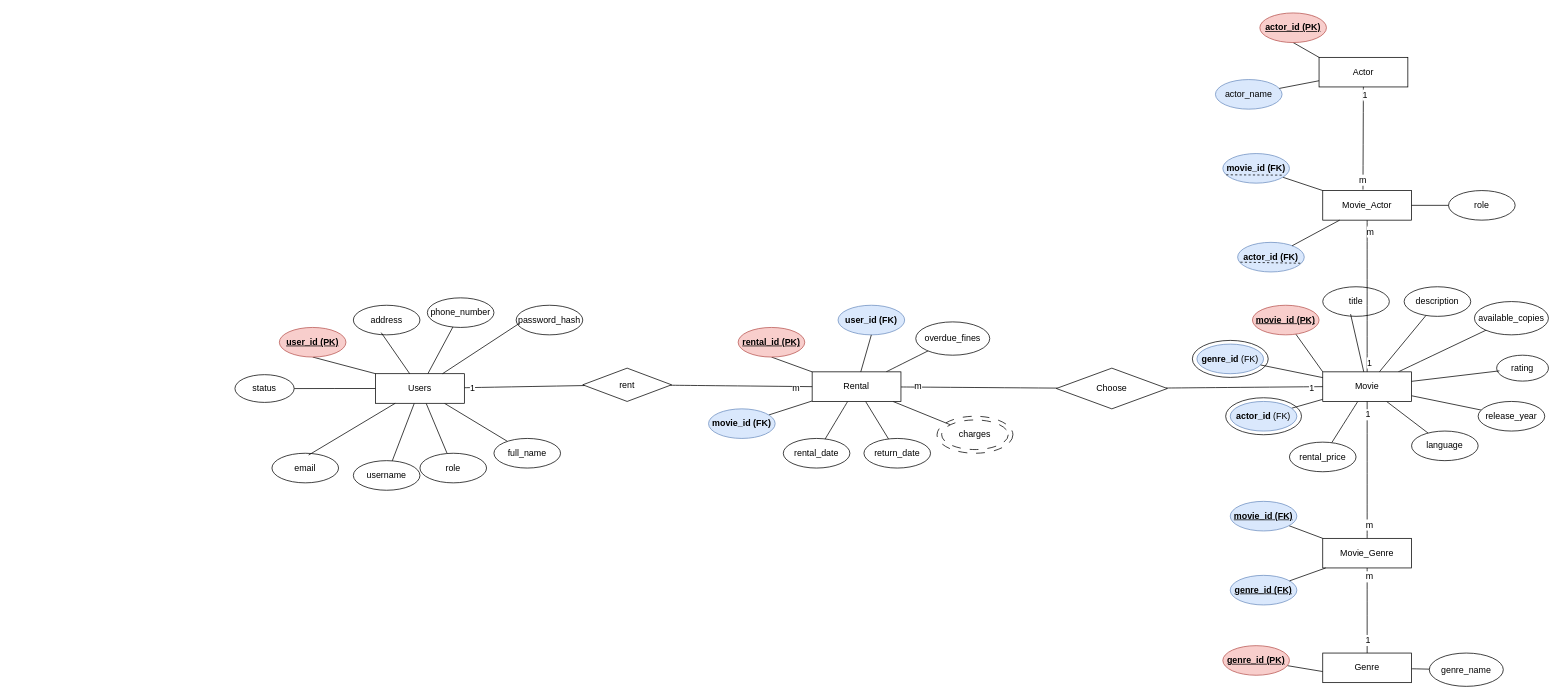
Earlier version of the draw.io diagram ERD_MovieRentalSystem.drawio (TAK1ST/Rentail-Movie). Source tidied: cells renumbered, new cells numbered last; positions are measured from the earlier drawing's top-left corner, leaving out a move shared by most shapes. Both pictures are drawn from the tidied source at 74%, with x=0, y=0 at pixel (235, 13).
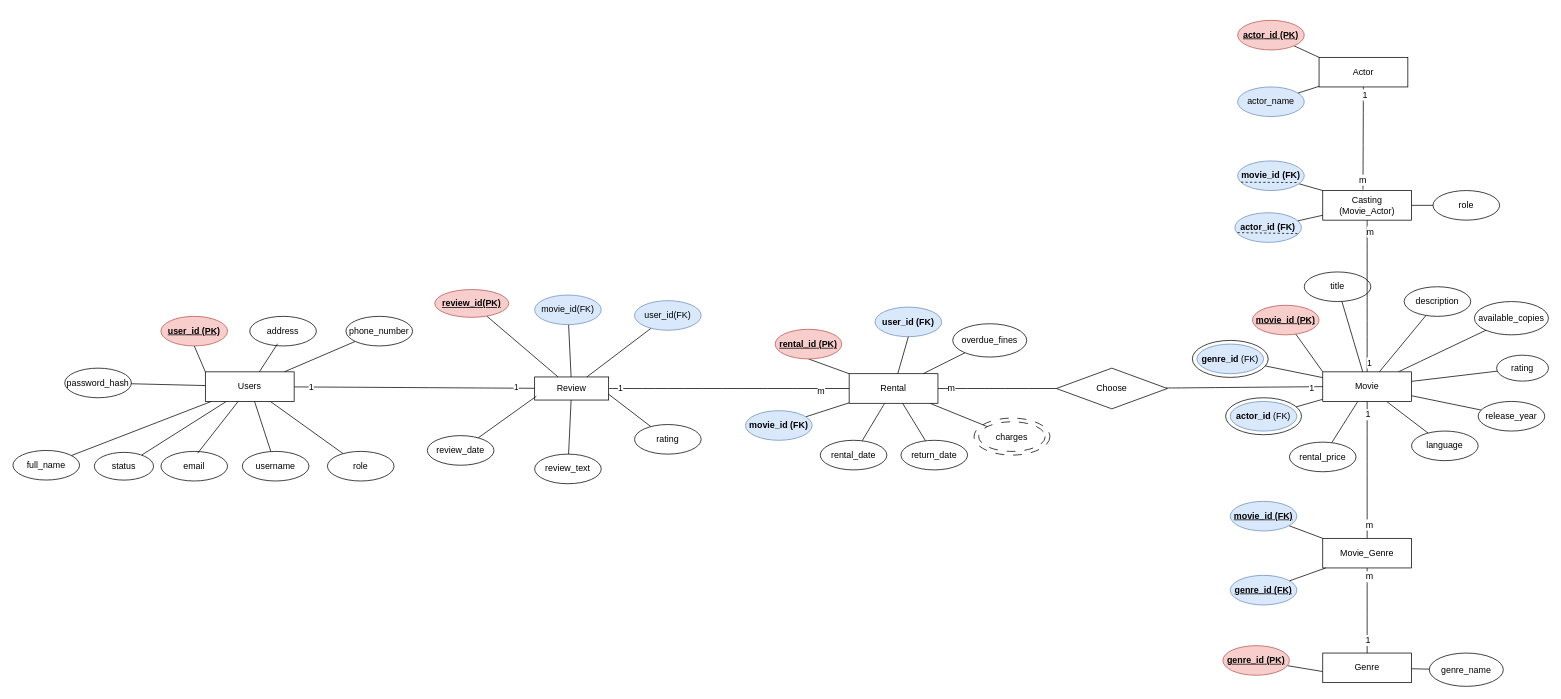
The same page after the edit.

Unchanged cells that the change refers to:
```xml
<mxCell id="29" value="Movie" style="whiteSpace=wrap;html=1;strokeColor=default;" parent="1" vertex="1">
  <mxGeometry x="1470" y="485" width="120" height="40" as="geometry" />
</mxCell>
<mxCell id="33" value="&lt;strong&gt;genre_id&lt;/strong&gt; (FK)" style="ellipse;whiteSpace=wrap;html=1;fillColor=#dae8fc;strokeColor=#6c8ebf;" parent="1" vertex="1">
  <mxGeometry x="1300" y="447.5" width="90" height="40" as="geometry" />
</mxCell>
<mxCell id="34" value="rating" style="ellipse;whiteSpace=wrap;html=1;" parent="1" vertex="1">
  <mxGeometry x="1705" y="462.5" width="70" height="35" as="geometry" />
</mxCell>
<mxCell id="35" value="&lt;strong&gt;actor_id&lt;/strong&gt; (FK)" style="ellipse;whiteSpace=wrap;html=1;fillColor=#dae8fc;strokeColor=#6c8ebf;" parent="1" vertex="1">
  <mxGeometry x="1345" y="525" width="90" height="40" as="geometry" />
</mxCell>
<mxCell id="60" value="Actor" style="whiteSpace=wrap;html=1;strokeColor=default;" parent="1" vertex="1">
  <mxGeometry x="1465" y="60" width="120" height="40" as="geometry" />
</mxCell>
<mxCell id="102" style="ellipse;whiteSpace=wrap;html=1;gradientColor=none;fillStyle=dashed;fillColor=none;" parent="1" vertex="1">
  <mxGeometry x="1293.8" y="442.5" width="102.5" height="50" as="geometry" />
</mxCell>
<mxCell id="103" style="ellipse;whiteSpace=wrap;html=1;gradientColor=none;fillStyle=dashed;fillColor=none;" parent="1" vertex="1">
  <mxGeometry x="1338.8" y="520" width="102.5" height="50" as="geometry" />
</mxCell>
```

What changed in the source:
```diff
@@
-    <mxCell id="2" style="edgeStyle=none;curved=0;rounded=0;jettySize=auto;html=1;exitX=0;exitY=0;exitDx=0;exitDy=0;entryX=0.5;entryY=1;entryDx=0;entryDy=0;fontSize=12;startSize=8;endSize=8;strokeColor=default;endArrow=none;endFill=0;startArrow=none;startFill=0;strokeWidth=1;" parent="1" edge="1" source="10" target="17">
+    <mxCell id="2" style="rounded=0;jettySize=auto;html=1;exitX=0;exitY=0;exitDx=0;exitDy=0;entryX=0.5;entryY=1;entryDx=0;entryDy=0;fontSize=12;startSize=8;endSize=8;strokeColor=default;endArrow=none;endFill=0;startArrow=none;startFill=0;strokeWidth=1;" parent="1" edge="1" source="10" target="17">
       <mxGeometry relative="1" as="geometry" />
     </mxCell>
-    <mxCell id="3" style="edgeStyle=none;curved=0;rounded=0;jettySize=auto;html=1;fontSize=12;startSize=8;endSize=8;strokeColor=default;endArrow=none;endFill=0;startArrow=none;startFill=0;strokeWidth=1;" parent="1" edge="1" source="10" target="12">
+    <mxCell id="3" style="rounded=0;jettySize=auto;html=1;fontSize=12;startSize=8;endSize=8;strokeColor=default;endArrow=none;endFill=0;startArrow=none;startFill=0;strokeWidth=1;" parent="1" edge="1" source="10" target="12">
       <mxGeometry relative="1" as="geometry" />
     </mxCell>
-    <mxCell id="4" style="edgeStyle=none;curved=0;rounded=0;jettySize=auto;html=1;fontSize=12;startSize=8;endSize=8;strokeColor=default;endArrow=none;endFill=0;startArrow=none;startFill=0;strokeWidth=1;" parent="1" edge="1" source="10" target="13">
+    <mxCell id="4" style="rounded=0;jettySize=auto;html=1;fontSize=12;startSize=8;endSize=8;strokeColor=default;endArrow=none;endFill=0;startArrow=none;startFill=0;strokeWidth=1;" parent="1" edge="1" source="10" target="13">
       <mxGeometry relative="1" as="geometry" />
     </mxCell>
-    <mxCell id="5" style="edgeStyle=none;curved=0;rounded=0;jettySize=auto;html=1;fontSize=12;startSize=8;endSize=8;strokeColor=default;endArrow=none;endFill=0;startArrow=none;startFill=0;strokeWidth=1;" parent="1" edge="1" source="10" target="18">
+    <mxCell id="5" style="rounded=0;jettySize=auto;html=1;fontSize=12;startSize=8;endSize=8;strokeColor=default;endArrow=none;endFill=0;startArrow=none;startFill=0;strokeWidth=1;" parent="1" edge="1" source="10" target="18">
       <mxGeometry relative="1" as="geometry" />
     </mxCell>
-    <mxCell id="6" style="edgeStyle=none;curved=0;rounded=0;jettySize=auto;html=1;fontSize=12;startSize=8;endSize=8;strokeColor=default;endArrow=none;endFill=0;startArrow=none;startFill=0;strokeWidth=1;" parent="1" edge="1" source="10" target="16">
+    <mxCell id="6" style="rounded=0;jettySize=auto;html=1;fontSize=12;startSize=8;endSize=8;strokeColor=default;endArrow=none;endFill=0;startArrow=none;startFill=0;strokeWidth=1;" parent="1" edge="1" source="10" target="16">
       <mxGeometry relative="1" as="geometry" />
     </mxCell>
-    <mxCell id="7" style="edgeStyle=none;curved=1;rounded=0;jettySize=auto;html=1;fontSize=12;startSize=8;endSize=8;endArrow=none;endFill=0;startArrow=none;startFill=0;" parent="1" edge="1" source="10" target="93">
+    <mxCell id="7" style="edgeStyle=none;curved=1;rounded=0;jettySize=auto;html=1;fontSize=12;startSize=8;endSize=8;endArrow=none;endFill=0;startArrow=none;startFill=0;" parent="1" edge="1" source="10" target="109">
       <mxGeometry relative="1" as="geometry" />
     </mxCell>
@@
+    <mxCell id="106" value="1" style="edgeLabel;html=1;align=center;verticalAlign=middle;" parent="7" vertex="1">
+      <mxGeometry x="0.84" y="2" relative="1" as="geometry" />
+    </mxCell>
-    <mxCell id="9" style="edgeStyle=orthogonalEdgeStyle;rounded=0;jettySize=auto;html=1;endArrow=none;endFill=0;" parent="1" edge="1" source="10" target="105">
+    <mxCell id="9" style="rounded=0;jettySize=auto;html=1;endArrow=none;endFill=0;" parent="1" edge="1" source="10" target="105">
       <mxGeometry relative="1" as="geometry" />
     </mxCell>
     <mxCell id="10" value="Users" style="whiteSpace=wrap;html=1;strokeColor=default;" parent="1" vertex="1">
-      <mxGeometry x="190" y="487.5" width="120" height="40" as="geometry" />
+      <mxGeometry x="-40" y="485" width="120" height="40" as="geometry" />
     </mxCell>
     <mxCell id="11" value="address" style="ellipse;whiteSpace=wrap;html=1;" parent="1" vertex="1">
-      <mxGeometry x="160" y="395" width="90" height="40" as="geometry" />
+      <mxGeometry x="20" y="410" width="90" height="40" as="geometry" />
     </mxCell>
     <mxCell id="12" value="full_name" style="ellipse;whiteSpace=wrap;html=1;" parent="1" vertex="1">
-      <mxGeometry x="350" y="575" width="90" height="40" as="geometry" />
+      <mxGeometry x="-300" y="591.2" width="90" height="40" as="geometry" />
     </mxCell>
     <mxCell id="13" value="role" style="ellipse;whiteSpace=wrap;html=1;" parent="1" vertex="1">
-      <mxGeometry x="250" y="595" width="90" height="40" as="geometry" />
+      <mxGeometry x="125" y="592.5" width="90" height="40" as="geometry" />
     </mxCell>
     <mxCell id="14" value="email" style="ellipse;whiteSpace=wrap;html=1;" parent="1" vertex="1">
-      <mxGeometry x="50" y="595" width="90" height="40" as="geometry" />
+      <mxGeometry x="-100" y="592.5" width="90" height="40" as="geometry" />
     </mxCell>
     <mxCell id="15" value="password_hash" style="ellipse;whiteSpace=wrap;html=1;" parent="1" vertex="1">
-      <mxGeometry x="380" y="395" width="90" height="40" as="geometry" />
+      <mxGeometry x="-230" y="480" width="90" height="40" as="geometry" />
     </mxCell>
     <mxCell id="16" value="username" style="ellipse;whiteSpace=wrap;html=1;" parent="1" vertex="1">
-      <mxGeometry x="160" y="605" width="90" height="40" as="geometry" />
+      <mxGeometry x="10" y="592.5" width="90" height="40" as="geometry" />
     </mxCell>
     <mxCell id="17" value="&lt;strong&gt;user_id&lt;/strong&gt; (PK)" style="ellipse;whiteSpace=wrap;html=1;fillColor=#f8cecc;strokeColor=#b85450;fontStyle=5;" parent="1" vertex="1">
-      <mxGeometry x="60" y="425" width="90" height="40" as="geometry" />
+      <mxGeometry x="-100" y="410" width="90" height="40" as="geometry" />
     </mxCell>
     <mxCell id="18" value="phone_number" style="ellipse;whiteSpace=wrap;html=1;" parent="1" vertex="1">
-      <mxGeometry x="260" y="385" width="90" height="40" as="geometry" />
+      <mxGeometry x="150" y="410" width="90" height="40" as="geometry" />
     </mxCell>
-    <mxCell id="19" style="edgeStyle=none;curved=0;rounded=0;jettySize=auto;html=1;entryX=0.551;entryY=0.061;entryDx=0;entryDy=0;entryPerimeter=0;fontSize=12;startSize=8;endSize=8;strokeColor=default;endArrow=none;endFill=0;startArrow=none;startFill=0;strokeWidth=1;" parent="1" edge="1" source="10" target="14">
+    <mxCell id="19" style="rounded=0;jettySize=auto;html=1;entryX=0.551;entryY=0.061;entryDx=0;entryDy=0;entryPerimeter=0;fontSize=12;startSize=8;endSize=8;strokeColor=default;endArrow=none;endFill=0;startArrow=none;startFill=0;strokeWidth=1;" parent="1" edge="1" source="10" target="14">
       <mxGeometry relative="1" as="geometry" />
     </mxCell>
-    <mxCell id="20" style="edgeStyle=none;curved=0;rounded=0;jettySize=auto;html=1;entryX=0.418;entryY=0.925;entryDx=0;entryDy=0;entryPerimeter=0;fontSize=12;startSize=8;endSize=8;strokeColor=default;endArrow=none;endFill=0;startArrow=none;startFill=0;strokeWidth=1;" parent="1" edge="1" source="10" target="11">
+    <mxCell id="20" style="rounded=0;jettySize=auto;html=1;entryX=0.418;entryY=0.925;entryDx=0;entryDy=0;entryPerimeter=0;fontSize=12;startSize=8;endSize=8;strokeColor=default;endArrow=none;endFill=0;startArrow=none;startFill=0;strokeWidth=1;" parent="1" edge="1" source="10" target="11">
       <mxGeometry relative="1" as="geometry" />
     </mxCell>
-    <mxCell id="21" style="edgeStyle=none;curved=0;rounded=0;jettySize=auto;html=1;entryX=0.053;entryY=0.605;entryDx=0;entryDy=0;entryPerimeter=0;fontSize=12;startSize=8;endSize=8;strokeColor=default;endArrow=none;endFill=0;startArrow=none;startFill=0;strokeWidth=1;" parent="1" edge="1" source="10" target="15">
+    <mxCell id="21" style="rounded=0;jettySize=auto;html=1;fontSize=12;startSize=8;endSize=8;strokeColor=default;endArrow=none;endFill=0;startArrow=none;startFill=0;strokeWidth=1;" parent="1" edge="1" source="10" target="15">
       <mxGeometry relative="1" as="geometry" />
     </mxCell>
@@
-    <mxCell id="26" style="edgeStyle=none;curved=0;rounded=0;jettySize=auto;html=1;fontSize=12;startSize=8;endSize=8;strokeColor=default;endArrow=none;endFill=0;startArrow=none;startFill=0;strokeWidth=1;" parent="1" edge="1" source="29" target="35">
+    <mxCell id="26" style="edgeStyle=none;curved=0;rounded=0;jettySize=auto;html=1;fontSize=12;startSize=8;endSize=8;strokeColor=default;endArrow=none;endFill=0;startArrow=none;startFill=0;strokeWidth=1;" parent="1" edge="1" source="29" target="103">
       <mxGeometry relative="1" as="geometry" />
     </mxCell>
@@
     <mxCell id="30" value="title" style="ellipse;whiteSpace=wrap;html=1;" parent="1" vertex="1">
-      <mxGeometry x="1470" y="370" width="90" height="40" as="geometry" />
+      <mxGeometry x="1445" y="350" width="90" height="40" as="geometry" />
     </mxCell>
@@
-    <mxCell id="38" style="edgeStyle=none;curved=0;rounded=0;jettySize=auto;html=1;fontSize=12;startSize=8;endSize=8;strokeColor=default;endArrow=none;endFill=0;startArrow=none;startFill=0;strokeWidth=1;" parent="1" edge="1" source="29" target="33">
+    <mxCell id="38" style="edgeStyle=none;curved=0;rounded=0;jettySize=auto;html=1;fontSize=12;startSize=8;endSize=8;strokeColor=default;endArrow=none;endFill=0;startArrow=none;startFill=0;strokeWidth=1;" parent="1" edge="1" source="29" target="102">
       <mxGeometry relative="1" as="geometry" />
     </mxCell>
-    <mxCell id="39" style="edgeStyle=none;curved=0;rounded=0;jettySize=auto;html=1;entryX=0.418;entryY=0.925;entryDx=0;entryDy=0;entryPerimeter=0;fontSize=12;startSize=8;endSize=8;strokeColor=default;endArrow=none;endFill=0;startArrow=none;startFill=0;strokeWidth=1;" parent="1" edge="1" source="29" target="30">
+    <mxCell id="39" style="edgeStyle=none;curved=0;rounded=0;jettySize=auto;html=1;fontSize=12;startSize=8;endSize=8;strokeColor=default;endArrow=none;endFill=0;startArrow=none;startFill=0;strokeWidth=1;" parent="1" edge="1" source="29" target="30">
       <mxGeometry relative="1" as="geometry" />
     </mxCell>
-    <mxCell id="40" style="edgeStyle=none;curved=0;rounded=0;jettySize=auto;html=1;entryX=0.053;entryY=0.605;entryDx=0;entryDy=0;entryPerimeter=0;fontSize=12;startSize=8;endSize=8;strokeColor=default;endArrow=none;endFill=0;startArrow=none;startFill=0;strokeWidth=1;" parent="1" edge="1" source="29" target="34">
+    <mxCell id="40" style="edgeStyle=none;curved=0;rounded=0;jettySize=auto;html=1;fontSize=12;startSize=8;endSize=8;strokeColor=default;endArrow=none;endFill=0;startArrow=none;startFill=0;strokeWidth=1;" parent="1" edge="1" source="29" target="34">
       <mxGeometry relative="1" as="geometry" />
     </mxCell>
@@
-    <mxCell id="59" style="edgeStyle=none;curved=0;rounded=0;jettySize=auto;html=1;exitX=0;exitY=0;exitDx=0;exitDy=0;entryX=0.5;entryY=1;entryDx=0;entryDy=0;fontSize=12;startSize=8;endSize=8;strokeColor=default;endArrow=none;endFill=0;startArrow=none;startFill=0;strokeWidth=1;" parent="1" edge="1" source="60" target="62">
+    <mxCell id="59" style="edgeStyle=none;curved=0;rounded=0;jettySize=auto;html=1;exitX=0;exitY=0;exitDx=0;exitDy=0;fontSize=12;startSize=8;endSize=8;strokeColor=default;endArrow=none;endFill=0;startArrow=none;startFill=0;strokeWidth=1;" parent="1" edge="1" source="60" target="62">
       <mxGeometry relative="1" as="geometry" />
     </mxCell>
@@
     <mxCell id="61" value="actor_name" style="ellipse;whiteSpace=wrap;html=1;fillColor=#dae8fc;strokeColor=#6c8ebf;" parent="1" vertex="1">
-      <mxGeometry x="1325" y="90" width="90" height="40" as="geometry" />
+      <mxGeometry x="1355" y="100" width="90" height="40" as="geometry" />
     </mxCell>
     <mxCell id="62" value="&lt;strong&gt;actor_id&lt;/strong&gt; (PK)" style="ellipse;whiteSpace=wrap;html=1;fillColor=#f8cecc;strokeColor=#b85450;fontStyle=5;" parent="1" vertex="1">
-      <mxGeometry x="1385" width="90" height="40" as="geometry" />
+      <mxGeometry x="1355" y="10" width="90" height="40" as="geometry" />
     </mxCell>
@@
-    <mxCell id="68" value="Movie_Actor" style="whiteSpace=wrap;html=1;strokeColor=default;" parent="1" vertex="1">
+    <mxCell id="68" value="Casting (Movie_Actor)" style="whiteSpace=wrap;html=1;strokeColor=default;" parent="1" vertex="1">
       <mxGeometry x="1470" y="240" width="120" height="40" as="geometry" />
     </mxCell>
     <mxCell id="69" value="role" style="ellipse;whiteSpace=wrap;html=1;" parent="1" vertex="1">
-      <mxGeometry x="1640" y="240" width="90" height="40" as="geometry" />
+      <mxGeometry x="1619" y="240" width="90" height="40" as="geometry" />
     </mxCell>
     <mxCell id="70" value="&lt;strong&gt;actor_id&lt;/strong&gt; (FK)" style="ellipse;whiteSpace=wrap;html=1;fillColor=#dae8fc;strokeColor=#6c8ebf;fontStyle=1;" parent="1" vertex="1">
-      <mxGeometry x="1355" y="310" width="90" height="40" as="geometry" />
+      <mxGeometry x="1351.2" y="270" width="90" height="40" as="geometry" />
     </mxCell>
     <mxCell id="71" value="&lt;strong&gt;movie_id&lt;/strong&gt; (FK)" style="ellipse;whiteSpace=wrap;html=1;fillColor=#dae8fc;strokeColor=#6c8ebf;fontStyle=1;" parent="1" vertex="1">
-      <mxGeometry x="1335" y="190" width="90" height="40" as="geometry" />
+      <mxGeometry x="1355" y="200" width="90" height="40" as="geometry" />
     </mxCell>
@@
     <mxCell id="82" value="Rental" style="whiteSpace=wrap;html=1;strokeColor=default;" parent="1" vertex="1">
-      <mxGeometry x="780" y="485" width="120" height="40" as="geometry" />
+      <mxGeometry x="830" y="487.5" width="120" height="40" as="geometry" />
     </mxCell>
     <mxCell id="83" value="charges" style="ellipse;whiteSpace=wrap;html=1;dashed=1;dashPattern=12 12;" parent="1" vertex="1">
-      <mxGeometry x="955" y="550" width="90" height="40" as="geometry" />
+      <mxGeometry x="1005" y="552.5" width="90" height="40" as="geometry" />
     </mxCell>
     <mxCell id="84" value="return_date" style="ellipse;whiteSpace=wrap;html=1;" parent="1" vertex="1">
-      <mxGeometry x="850" y="575" width="90" height="40" as="geometry" />
+      <mxGeometry x="900" y="577.5" width="90" height="40" as="geometry" />
     </mxCell>
     <mxCell id="85" value="&lt;strong&gt;user_id&lt;/strong&gt; (FK)" style="ellipse;whiteSpace=wrap;html=1;fillColor=#dae8fc;strokeColor=#6c8ebf;fontStyle=1;" parent="1" vertex="1">
-      <mxGeometry x="815" y="395" width="90" height="40" as="geometry" />
+      <mxGeometry x="865" y="397.5" width="90" height="40" as="geometry" />
     </mxCell>
     <mxCell id="86" value="&lt;strong&gt;movie_id&lt;/strong&gt; (FK)" style="ellipse;whiteSpace=wrap;html=1;fillColor=#dae8fc;strokeColor=#6c8ebf;fontStyle=1;" parent="1" vertex="1">
-      <mxGeometry x="640" y="535" width="90" height="40" as="geometry" />
+      <mxGeometry x="690" y="537.5" width="90" height="40" as="geometry" />
     </mxCell>
     <mxCell id="87" value="&lt;strong&gt;rental_id&lt;/strong&gt; (PK)" style="ellipse;whiteSpace=wrap;html=1;fillColor=#f8cecc;strokeColor=#b85450;fontStyle=5;" parent="1" vertex="1">
-      <mxGeometry x="680" y="425" width="90" height="40" as="geometry" />
+      <mxGeometry x="730" y="427.5" width="90" height="40" as="geometry" />
     </mxCell>
@@
     <mxCell id="89" value="rental_date" style="ellipse;whiteSpace=wrap;html=1;" parent="1" vertex="1">
-      <mxGeometry x="741" y="575" width="90" height="40" as="geometry" />
+      <mxGeometry x="791" y="577.5" width="90" height="40" as="geometry" />
     </mxCell>
     <mxCell id="90" value="overdue_fines" style="ellipse;whiteSpace=wrap;html=1;" parent="1" vertex="1">
-      <mxGeometry x="920" y="417.5" width="100" height="45" as="geometry" />
+      <mxGeometry x="970" y="420" width="100" height="45" as="geometry" />
     </mxCell>
-    <mxCell id="91" style="edgeStyle=none;curved=1;rounded=0;jettySize=auto;html=1;entryX=0;entryY=0.5;entryDx=0;entryDy=0;fontSize=12;startSize=8;endSize=8;startArrow=none;startFill=0;endArrow=none;endFill=0;" parent="1" edge="1" source="93" target="82">
+    <mxCell id="91" style="edgeStyle=none;curved=1;rounded=0;jettySize=auto;html=1;entryX=0;entryY=0.5;entryDx=0;entryDy=0;fontSize=12;startSize=8;endSize=8;startArrow=none;startFill=0;endArrow=none;endFill=0;" parent="1" edge="1" source="109" target="82">
       <mxGeometry relative="1" as="geometry" />
     </mxCell>
@@
-    <mxCell id="93" value="rent" style="rhombus;whiteSpace=wrap;html=1;" parent="1" vertex="1">
-      <mxGeometry x="470" y="480" width="120" height="45" as="geometry" />
-    </mxCell>
+    <mxCell id="107" value="1" style="edgeLabel;html=1;align=center;verticalAlign=middle;" parent="91" vertex="1">
+      <mxGeometry x="-0.91" y="1" relative="1" as="geometry" />
+    </mxCell>
@@
     <mxCell id="104" style="ellipse;whiteSpace=wrap;html=1;gradientColor=none;fillStyle=dashed;fillColor=none;dashed=1;dashPattern=12 12;" parent="1" vertex="1">
-      <mxGeometry x="948.8" y="545" width="102.5" height="50" as="geometry" />
+      <mxGeometry x="998.8" y="547.5" width="102.5" height="50" as="geometry" />
     </mxCell>
     <mxCell id="105" value="status" style="ellipse;whiteSpace=wrap;html=1;" parent="1" vertex="1">
-      <mxGeometry y="488.8" width="80" height="37.5" as="geometry" />
+      <mxGeometry x="-190" y="593.8" width="80" height="37.5" as="geometry" />
     </mxCell>
+    <mxCell id="108" style="rounded=0;jettySize=auto;html=1;endArrow=none;endFill=0;" parent="1" edge="1" source="109" target="110">
+      <mxGeometry relative="1" as="geometry" />
+    </mxCell>
+    <mxCell id="109" value="Review" style="rounded=0;whiteSpace=wrap;html=1;" parent="1" vertex="1">
+      <mxGeometry x="405" y="491.9" width="100" height="31.2" as="geometry" />
+    </mxCell>
+    <mxCell id="110" value="review_id(PK)" style="ellipse;whiteSpace=wrap;html=1;rounded=0;fontStyle=5;fillColor=#f8cecc;strokeColor=#b85450;" parent="1" vertex="1">
+      <mxGeometry x="270" y="373.8" width="100" height="37.5" as="geometry" />
+    </mxCell>
+    <mxCell id="111" style="rounded=0;jettySize=auto;html=1;endArrow=none;endFill=0;" parent="1" edge="1" source="112" target="109">
+      <mxGeometry relative="1" as="geometry" />
+    </mxCell>
+    <mxCell id="112" value="review_text" style="ellipse;whiteSpace=wrap;html=1;" parent="1" vertex="1">
+      <mxGeometry x="405" y="596.2" width="90" height="40" as="geometry" />
+    </mxCell>
+    <mxCell id="113" value="review_date" style="ellipse;whiteSpace=wrap;html=1;" parent="1" vertex="1">
+      <mxGeometry x="260" y="571.2" width="90" height="40" as="geometry" />
+    </mxCell>
+    <mxCell id="114" style="rounded=0;jettySize=auto;html=1;endArrow=none;endFill=0;" parent="1" edge="1" source="115" target="109">
+      <mxGeometry relative="1" as="geometry" />
+    </mxCell>
+    <mxCell id="115" value="user_id(FK)" style="ellipse;whiteSpace=wrap;html=1;fillColor=#dae8fc;strokeColor=#6c8ebf;" parent="1" vertex="1">
+      <mxGeometry x="540" y="388.8" width="90" height="40" as="geometry" />
+    </mxCell>
+    <mxCell id="116" style="rounded=0;jettySize=auto;html=1;entryX=0.023;entryY=0.835;entryDx=0;entryDy=0;entryPerimeter=0;endArrow=none;endFill=0;" parent="1" edge="1" source="113" target="109">
+      <mxGeometry relative="1" as="geometry" />
+    </mxCell>
+    <mxCell id="117" style="rounded=0;jettySize=auto;html=1;entryX=1;entryY=0.75;entryDx=0;entryDy=0;endArrow=none;endFill=0;" parent="1" edge="1" source="118" target="109">
+      <mxGeometry relative="1" as="geometry" />
+    </mxCell>
+    <mxCell id="118" value="rating" style="ellipse;whiteSpace=wrap;html=1;" parent="1" vertex="1">
+      <mxGeometry x="540" y="556.2" width="90" height="40" as="geometry" />
+    </mxCell>
+    <mxCell id="119" style="rounded=0;jettySize=auto;html=1;endArrow=none;endFill=0;" parent="1" edge="1" source="120" target="109">
+      <mxGeometry relative="1" as="geometry" />
+    </mxCell>
+    <mxCell id="120" value="movie_id(FK)" style="ellipse;whiteSpace=wrap;html=1;fillColor=#dae8fc;strokeColor=#6c8ebf;" parent="1" vertex="1">
+      <mxGeometry x="405" y="381.2" width="90" height="40" as="geometry" />
+    </mxCell>
```
